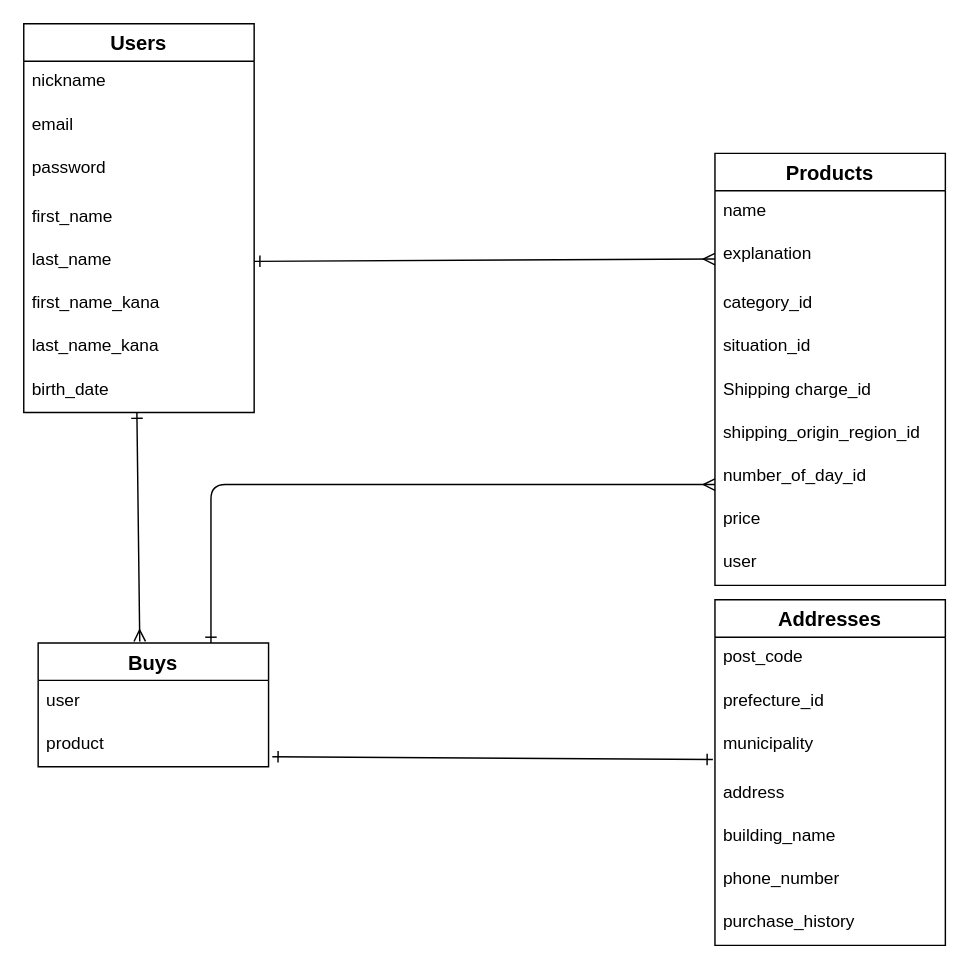
shohei18181818/furima-38926 keeps this draw.io diagram as furima.dio. Above is the earlier version. Source tidied: cells renumbered, new cells numbered last; positions are measured from the earlier drawing's top-left corner, leaving out a move shared by most shapes. Both pictures are drawn from the tidied source at 144%, with x=0, y=0 at pixel (23, 23).
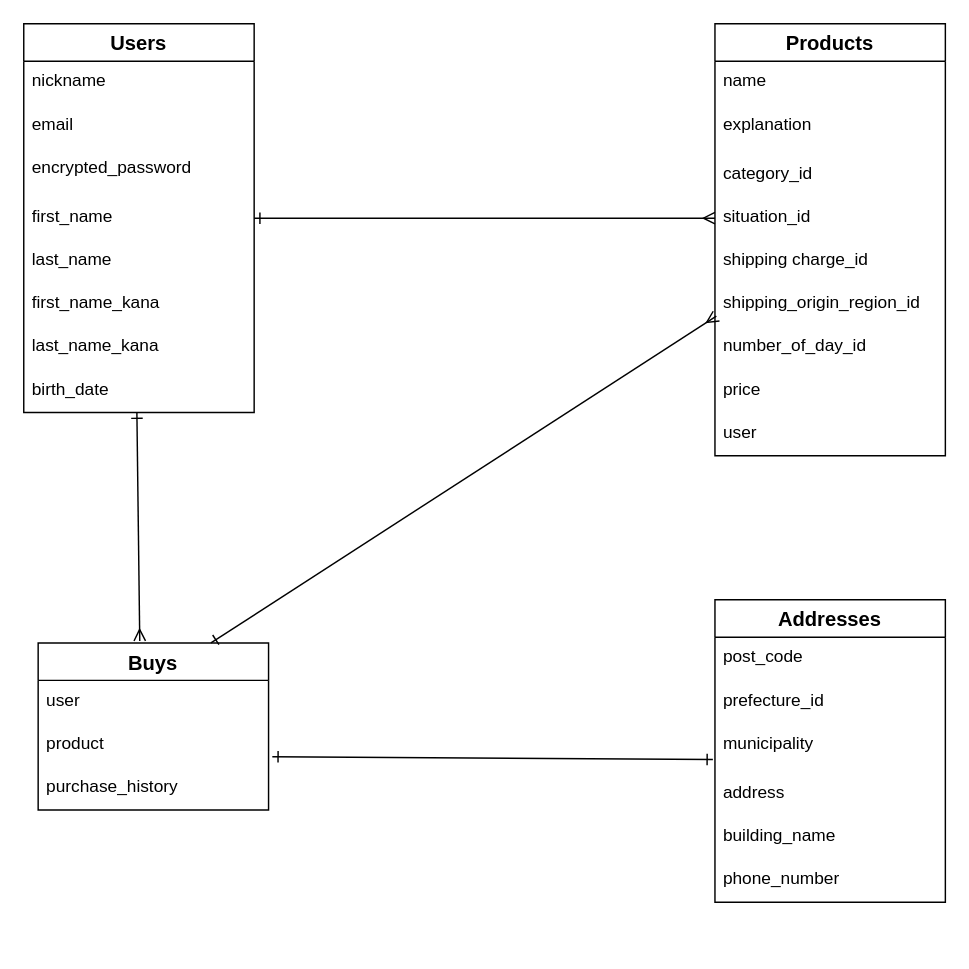
The same page after the edit.

Commit message (it also covers changes not shown here):
データベース設計７

The change refers to these unchanged cells:
```xml
<mxCell id="2" value="Users" style="swimlane;fontStyle=1;horizontal=1;startSize=26;align=center;fontSize=14;" parent="1" vertex="1">
  <mxGeometry width="160" height="270" as="geometry" />
</mxCell>
<mxCell id="6" value="first_name" style="text;strokeColor=none;fillColor=none;spacingLeft=4;spacingRight=4;overflow=hidden;points=[[0,0.5],[1,0.5]];portConstraint=eastwest;fontSize=12;" parent="2" vertex="1">
  <mxGeometry y="120" width="160" height="30" as="geometry" />
</mxCell>
<mxCell id="7" value="last_name" style="text;strokeColor=none;fillColor=none;spacingLeft=4;spacingRight=4;overflow=hidden;points=[[0,0.5],[1,0.5]];portConstraint=eastwest;fontSize=12;" parent="2" vertex="1">
  <mxGeometry y="150" width="160" height="30" as="geometry" />
</mxCell>
<mxCell id="13" value="explanation" style="text;strokeColor=none;fillColor=none;spacingLeft=4;spacingRight=4;overflow=hidden;points=[[0,0.5],[1,0.5]];portConstraint=eastwest;fontSize=12;" parent="11" vertex="1">
  <mxGeometry y="56" width="160" height="34" as="geometry" />
</mxCell>
<mxCell id="15" value="situation_id" style="text;strokeColor=none;fillColor=none;spacingLeft=4;spacingRight=4;overflow=hidden;points=[[0,0.5],[1,0.5]];portConstraint=eastwest;fontSize=12;" parent="11" vertex="1">
  <mxGeometry y="120" width="160" height="30" as="geometry" />
</mxCell>
<mxCell id="17" value="shipping_origin_region_id" style="text;strokeColor=none;fillColor=none;spacingLeft=4;spacingRight=4;overflow=hidden;points=[[0,0.5],[1,0.5]];portConstraint=eastwest;fontSize=12;" parent="11" vertex="1">
  <mxGeometry y="180" width="160" height="30" as="geometry" />
</mxCell>
```

Change to the diagram source:
```diff
@@
-    <mxCell id="5" value="password" style="text;strokeColor=none;fillColor=none;spacingLeft=4;spacingRight=4;overflow=hidden;fontSize=12;" parent="2" vertex="1">
+    <mxCell id="5" value="encrypted_password" style="text;strokeColor=none;fillColor=none;spacingLeft=4;spacingRight=4;overflow=hidden;fontSize=12;" parent="2" vertex="1">
       <mxGeometry y="86" width="160" height="34" as="geometry" />
     </mxCell>
@@
     <mxCell id="11" value="Products" style="swimlane;fontStyle=1;horizontal=1;startSize=26;align=center;fontSize=14;" parent="1" vertex="1">
-      <mxGeometry x="480" y="90" width="160" height="300" as="geometry" />
+      <mxGeometry x="480" width="160" height="300" as="geometry" />
     </mxCell>
@@
-    <mxCell id="16" value="Shipping charge_id" style="text;strokeColor=none;fillColor=none;spacingLeft=4;spacingRight=4;overflow=hidden;fontSize=12;" parent="11" vertex="1">
+    <mxCell id="16" value="shipping charge_id" style="text;strokeColor=none;fillColor=none;spacingLeft=4;spacingRight=4;overflow=hidden;fontSize=12;" parent="11" vertex="1">
       <mxGeometry y="150" width="160" height="30" as="geometry" />
     </mxCell>
@@
     <mxCell id="21" value="Buys" style="swimlane;fontStyle=1;horizontal=1;startSize=26;align=center;fontSize=14;" parent="1" vertex="1">
-      <mxGeometry x="10" y="430" width="160" height="86" as="geometry" />
+      <mxGeometry x="10" y="430" width="160" height="116" as="geometry" />
     </mxCell>
@@
+    <mxCell id="32" value="purchase_history" style="text;strokeColor=none;fillColor=none;spacingLeft=4;spacingRight=4;overflow=hidden;fontSize=12;" parent="21" vertex="1">
+      <mxGeometry y="86" width="160" height="30" as="geometry" />
+    </mxCell>
@@
     <mxCell id="25" value="Addresses" style="swimlane;fontStyle=1;horizontal=1;startSize=26;align=center;fontSize=14;" parent="1" vertex="1">
-      <mxGeometry x="480" y="400" width="160" height="240" as="geometry" />
+      <mxGeometry x="480" y="400" width="160" height="210" as="geometry" />
     </mxCell>
@@
-    <mxCell id="32" value="purchase_history" style="text;strokeColor=none;fillColor=none;spacingLeft=4;spacingRight=4;overflow=hidden;fontSize=12;" parent="25" vertex="1">
-      <mxGeometry y="210" width="160" height="30" as="geometry" />
-    </mxCell>
-    <mxCell id="33" style="edgeStyle=none;html=1;exitX=1;exitY=0.5;exitDx=0;exitDy=0;endArrow=ERmany;endFill=0;startArrow=ERone;startFill=0;" parent="1" edge="1" source="7" target="13">
+    <mxCell id="33" style="edgeStyle=none;html=1;exitX=1;exitY=0.5;exitDx=0;exitDy=0;endArrow=ERmany;endFill=0;startArrow=ERone;startFill=0;entryX=0;entryY=0.5;entryDx=0;entryDy=0;" parent="1" edge="1" source="6" target="15">
       <mxGeometry relative="1" as="geometry" />
     </mxCell>
-    <mxCell id="34" style="edgeStyle=none;html=1;exitX=0.75;exitY=0;exitDx=0;exitDy=0;startArrow=ERone;startFill=0;endArrow=ERmany;endFill=0;" parent="1" edge="1" source="21">
-      <mxGeometry relative="1" as="geometry">
-        <mxPoint x="480" y="320" as="targetPoint" />
-        <Array as="points">
-          <mxPoint x="130" y="320" />
-        </Array>
-      </mxGeometry>
+    <mxCell id="34" style="edgeStyle=none;html=1;exitX=0.75;exitY=0;exitDx=0;exitDy=0;startArrow=ERone;startFill=0;endArrow=ERmany;endFill=0;entryX=0.006;entryY=0.767;entryDx=0;entryDy=0;entryPerimeter=0;" parent="1" edge="1" source="21" target="17">
+      <mxGeometry relative="1" as="geometry" />
     </mxCell>
```
